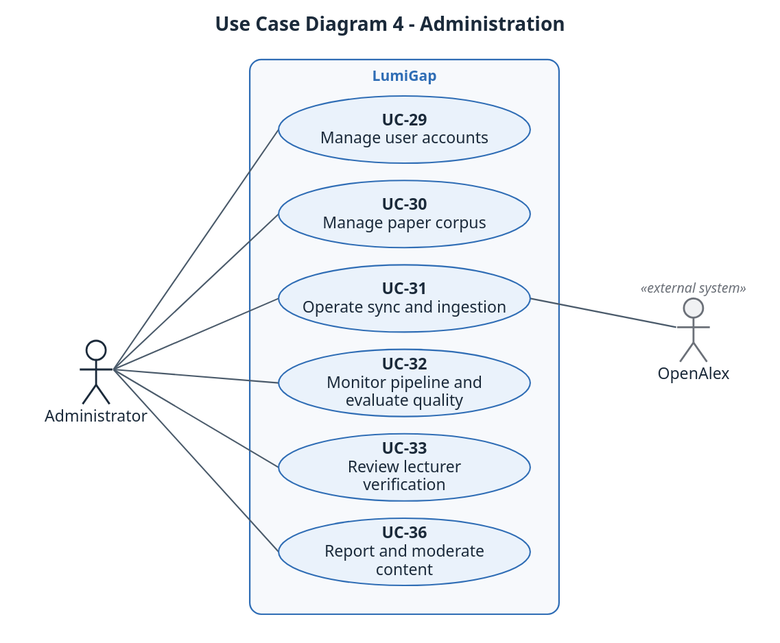
Earlier version of the PlantUML export docs/diagrams/report3/R3_UseCase_4_Administration.svg (Khoa-Hoa-Technology-Solution-Company/lumi-gap). Its source is kept beside it as docs/diagrams/report3/R3_UseCase_4_Administration.puml.
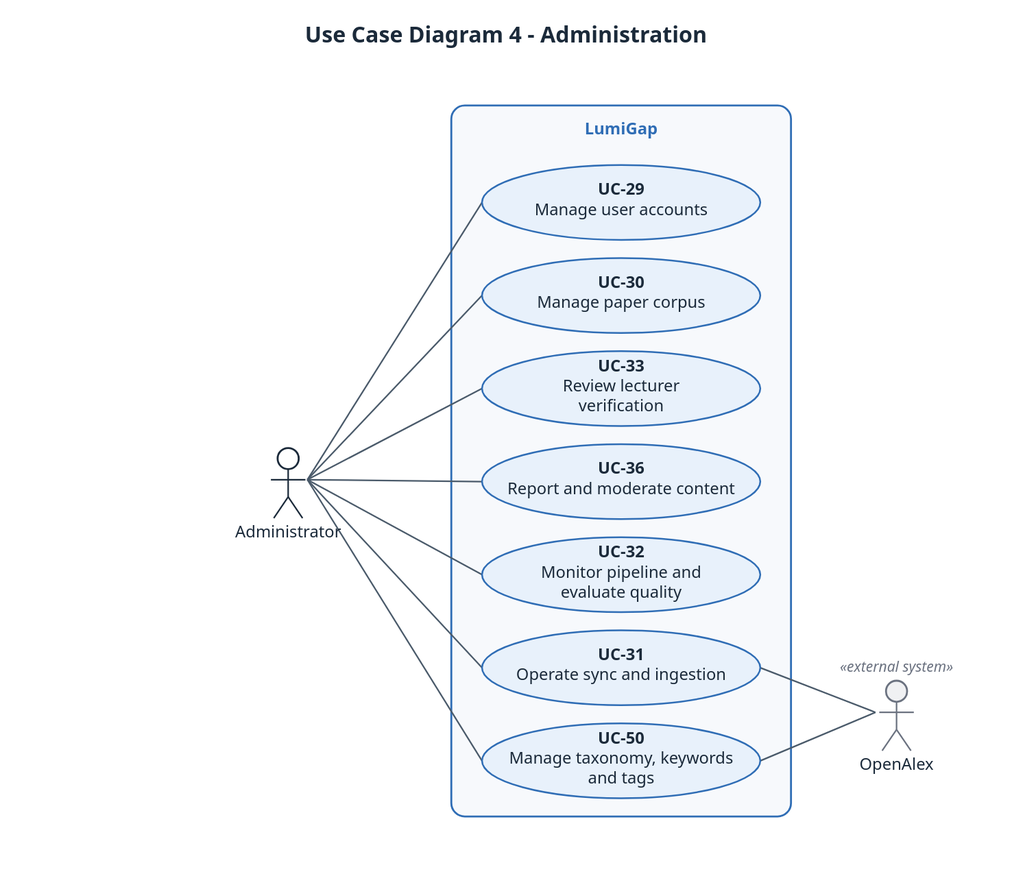
Above is the later version.

Diff of the diagram source:
```diff
@@ -27,7 +27,6 @@
   BackgroundColor #F7F9FC
   BorderColor #2F6DB5
 }
-skinparam actorStyle awesome
 skinparam actor<<external system>> {
   BackgroundColor #F0F1F3
   BorderColor #8A8F98
@@ -43,6 +42,7 @@
   usecase "UC-32\nMonitor pipeline and evaluate quality" as UC32
   usecase "UC-33\nReview lecturer verification" as UC33
   usecase "UC-36\nReport and moderate content" as UC36
+  usecase "UC-50\nManage taxonomy, keywords and tags" as UC50
 }
 AD -- UC29
 AD -- UC30
@@ -51,4 +51,6 @@
 AD -- UC33
 AD -- UC36
 UC31 -- OA
+AD -- UC50
+UC50 -- OA
 @enduml
```
